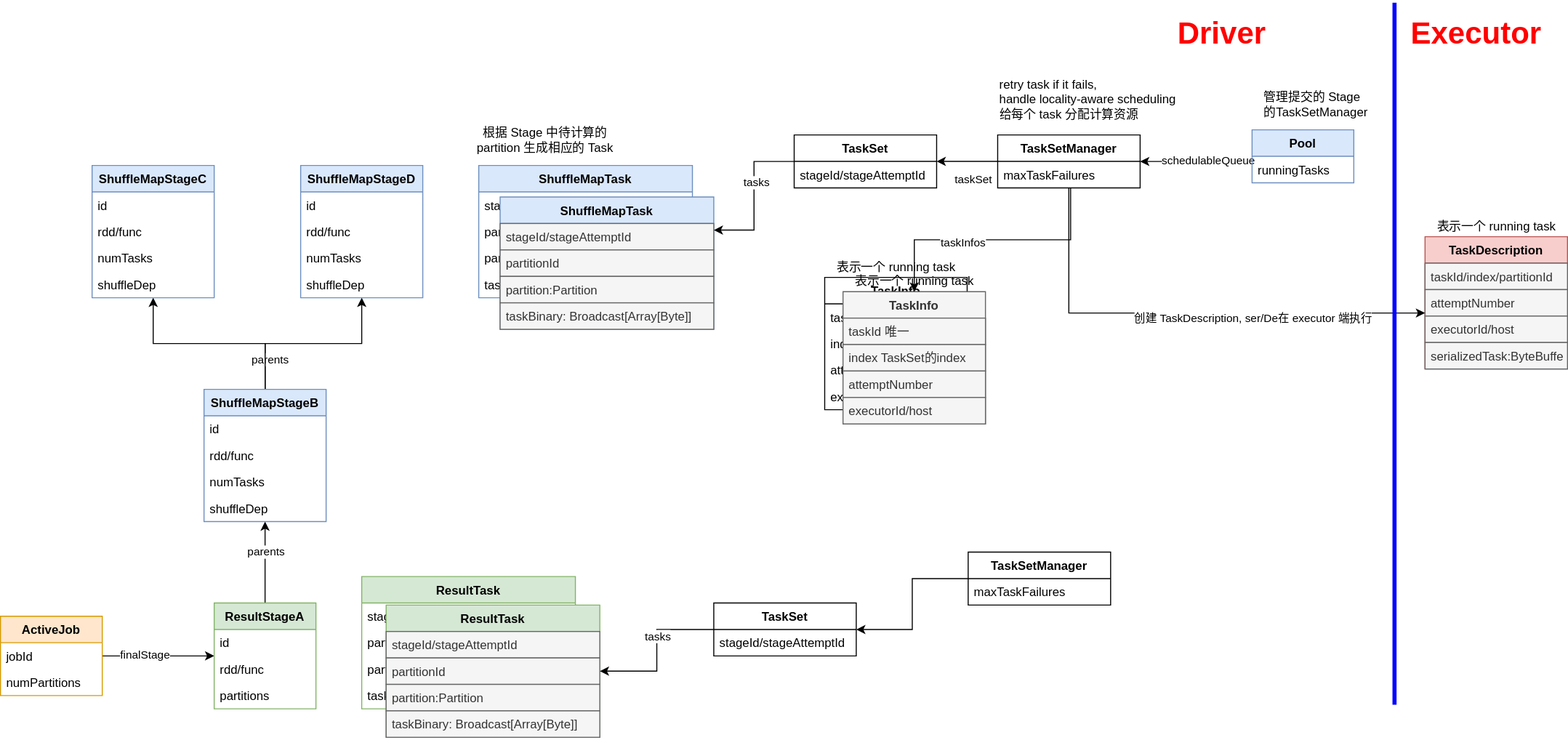
wbo4958/wbo4958.github.io keeps this draw.io diagram as docs/spark/spark-core/schedule/dag-ActiveJob.drawio.svg. Above is the earlier version. Source tidied: cells renumbered, new cells last; positions are measured from the earlier drawing's top-left corner, leaving out a move shared by most shapes.
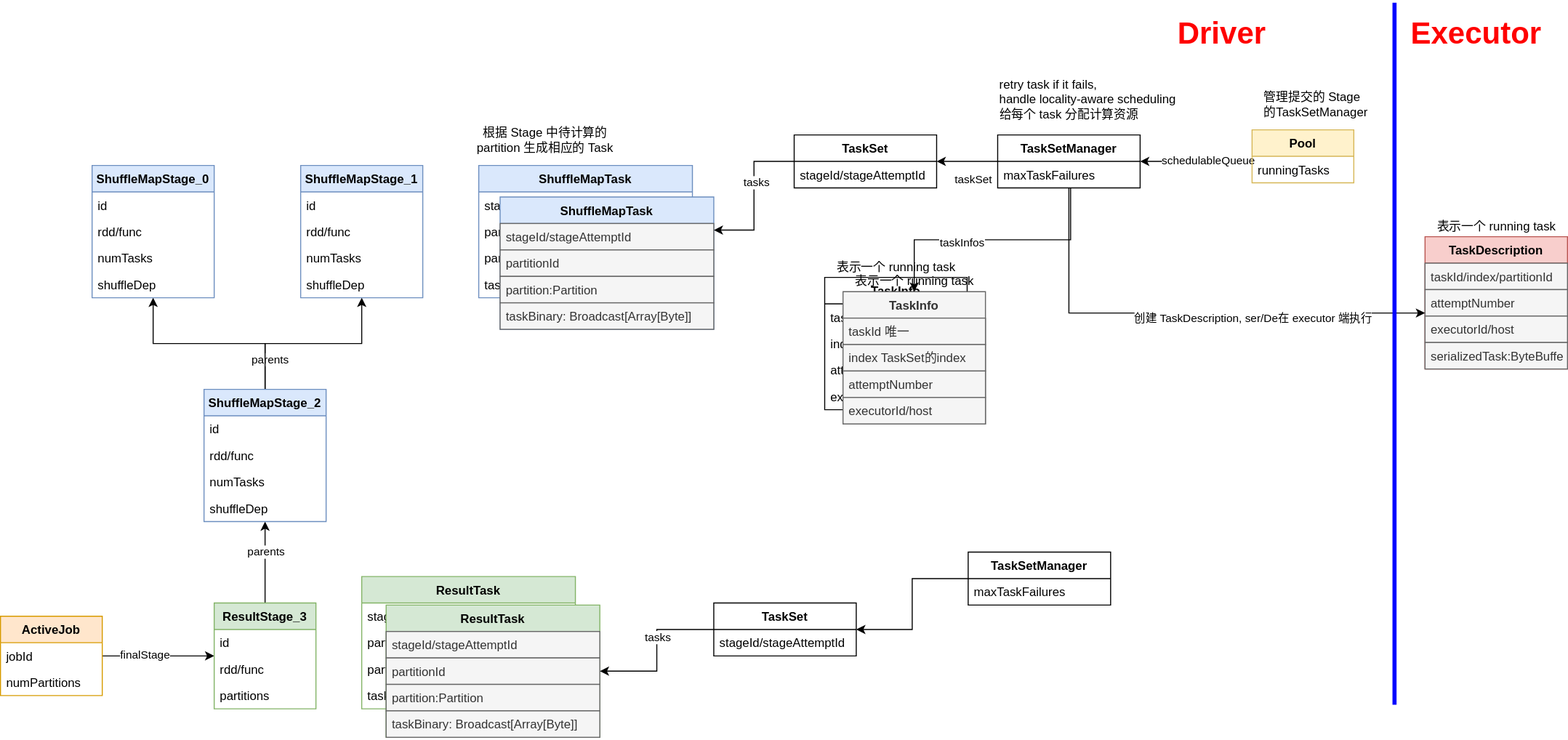
After the change.

Commit message:
Update spark task scheduling (#57)

Change to the diagram source:
```diff
@@ -23,7 +23,7 @@
     <mxCell id="8" value="parents" style="edgeLabel;html=1;align=center;verticalAlign=middle;" parent="7" vertex="1">
       <mxGeometry x="0.26" relative="1" as="geometry" />
     </mxCell>
-    <mxCell id="9" value="ResultStageA" style="swimlane;fontStyle=1;align=center;verticalAlign=top;horizontal=1;startSize=26;fillColor=#d5e8d4;strokeColor=#82b366;" parent="1" vertex="1">
+    <mxCell id="9" value="ResultStage_3" style="swimlane;fontStyle=1;align=center;verticalAlign=top;horizontal=1;startSize=26;fillColor=#d5e8d4;strokeColor=#82b366;" parent="1" vertex="1">
       <mxGeometry x="210" y="590" width="100" height="104" as="geometry" />
     </mxCell>
     <mxCell id="10" value="id" style="text;strokeColor=none;fillColor=none;align=left;verticalAlign=top;spacingLeft=4;spacingRight=4;overflow=hidden;" parent="9" vertex="1">
@@ -46,7 +46,7 @@
     <mxCell id="15" style="edgeStyle=orthogonalEdgeStyle;rounded=0;jettySize=auto;html=1;" parent="1" edge="1" source="16" target="26">
       <mxGeometry relative="1" as="geometry" />
     </mxCell>
-    <mxCell id="16" value="ShuffleMapStageB" style="swimlane;fontStyle=1;align=center;verticalAlign=top;horizontal=1;startSize=26;fillColor=#dae8fc;strokeColor=#6c8ebf;" parent="1" vertex="1">
+    <mxCell id="16" value="ShuffleMapStage_2" style="swimlane;fontStyle=1;align=center;verticalAlign=top;horizontal=1;startSize=26;fillColor=#dae8fc;strokeColor=#6c8ebf;" parent="1" vertex="1">
       <mxGeometry x="200" y="380" width="120" height="130" as="geometry" />
     </mxCell>
     <mxCell id="17" value="id" style="text;strokeColor=none;fillColor=none;align=left;verticalAlign=top;spacingLeft=4;spacingRight=4;overflow=hidden;" parent="16" vertex="1">
@@ -61,7 +61,7 @@
     <mxCell id="20" value="shuffleDep" style="text;strokeColor=none;fillColor=none;align=left;verticalAlign=top;spacingLeft=4;spacingRight=4;overflow=hidden;" parent="16" vertex="1">
       <mxGeometry y="104" width="120" height="26" as="geometry" />
     </mxCell>
-    <mxCell id="21" value="ShuffleMapStageC" style="swimlane;fontStyle=1;align=center;verticalAlign=top;horizontal=1;startSize=26;fillColor=#dae8fc;strokeColor=#6c8ebf;" parent="1" vertex="1">
+    <mxCell id="21" value="ShuffleMapStage_0" style="swimlane;fontStyle=1;align=center;verticalAlign=top;horizontal=1;startSize=26;fillColor=#dae8fc;strokeColor=#6c8ebf;" parent="1" vertex="1">
       <mxGeometry x="90" y="160" width="120" height="130" as="geometry" />
     </mxCell>
     <mxCell id="22" value="id" style="text;strokeColor=none;fillColor=none;align=left;verticalAlign=top;spacingLeft=4;spacingRight=4;overflow=hidden;" parent="21" vertex="1">
@@ -76,7 +76,7 @@
     <mxCell id="25" value="shuffleDep" style="text;strokeColor=none;fillColor=none;align=left;verticalAlign=top;spacingLeft=4;spacingRight=4;overflow=hidden;" parent="21" vertex="1">
       <mxGeometry y="104" width="120" height="26" as="geometry" />
     </mxCell>
-    <mxCell id="26" value="ShuffleMapStageD" style="swimlane;fontStyle=1;align=center;verticalAlign=top;horizontal=1;startSize=26;fillColor=#dae8fc;strokeColor=#6c8ebf;" parent="1" vertex="1">
+    <mxCell id="26" value="ShuffleMapStage_1" style="swimlane;fontStyle=1;align=center;verticalAlign=top;horizontal=1;startSize=26;fillColor=#dae8fc;strokeColor=#6c8ebf;" parent="1" vertex="1">
       <mxGeometry x="295" y="160" width="120" height="130" as="geometry" />
     </mxCell>
     <mxCell id="27" value="id" style="text;strokeColor=none;fillColor=none;align=left;verticalAlign=top;spacingLeft=4;spacingRight=4;overflow=hidden;" parent="26" vertex="1">
@@ -267,7 +267,7 @@
     <mxCell id="88" style="group;" parent="1" vertex="1">
       <mxGeometry x="1240" y="85" width="120" height="82" as="geometry" />
     </mxCell>
-    <mxCell id="89" value="Pool" style="swimlane;fontStyle=1;horizontal=1;startSize=26;fillColor=#dae8fc;strokeColor=#6c8ebf;" parent="88" vertex="1">
+    <mxCell id="89" value="Pool" style="swimlane;fontStyle=1;horizontal=1;startSize=26;fillColor=#fff2cc;strokeColor=#d6b656;" parent="88" vertex="1">
       <mxGeometry x="-10" y="40" width="100" height="52" as="geometry" />
     </mxCell>
     <mxCell id="90" value="runningTasks" style="text;strokeColor=none;fillColor=none;align=left;verticalAlign=top;spacingLeft=4;spacingRight=4;overflow=hidden;" parent="89" vertex="1">
```
